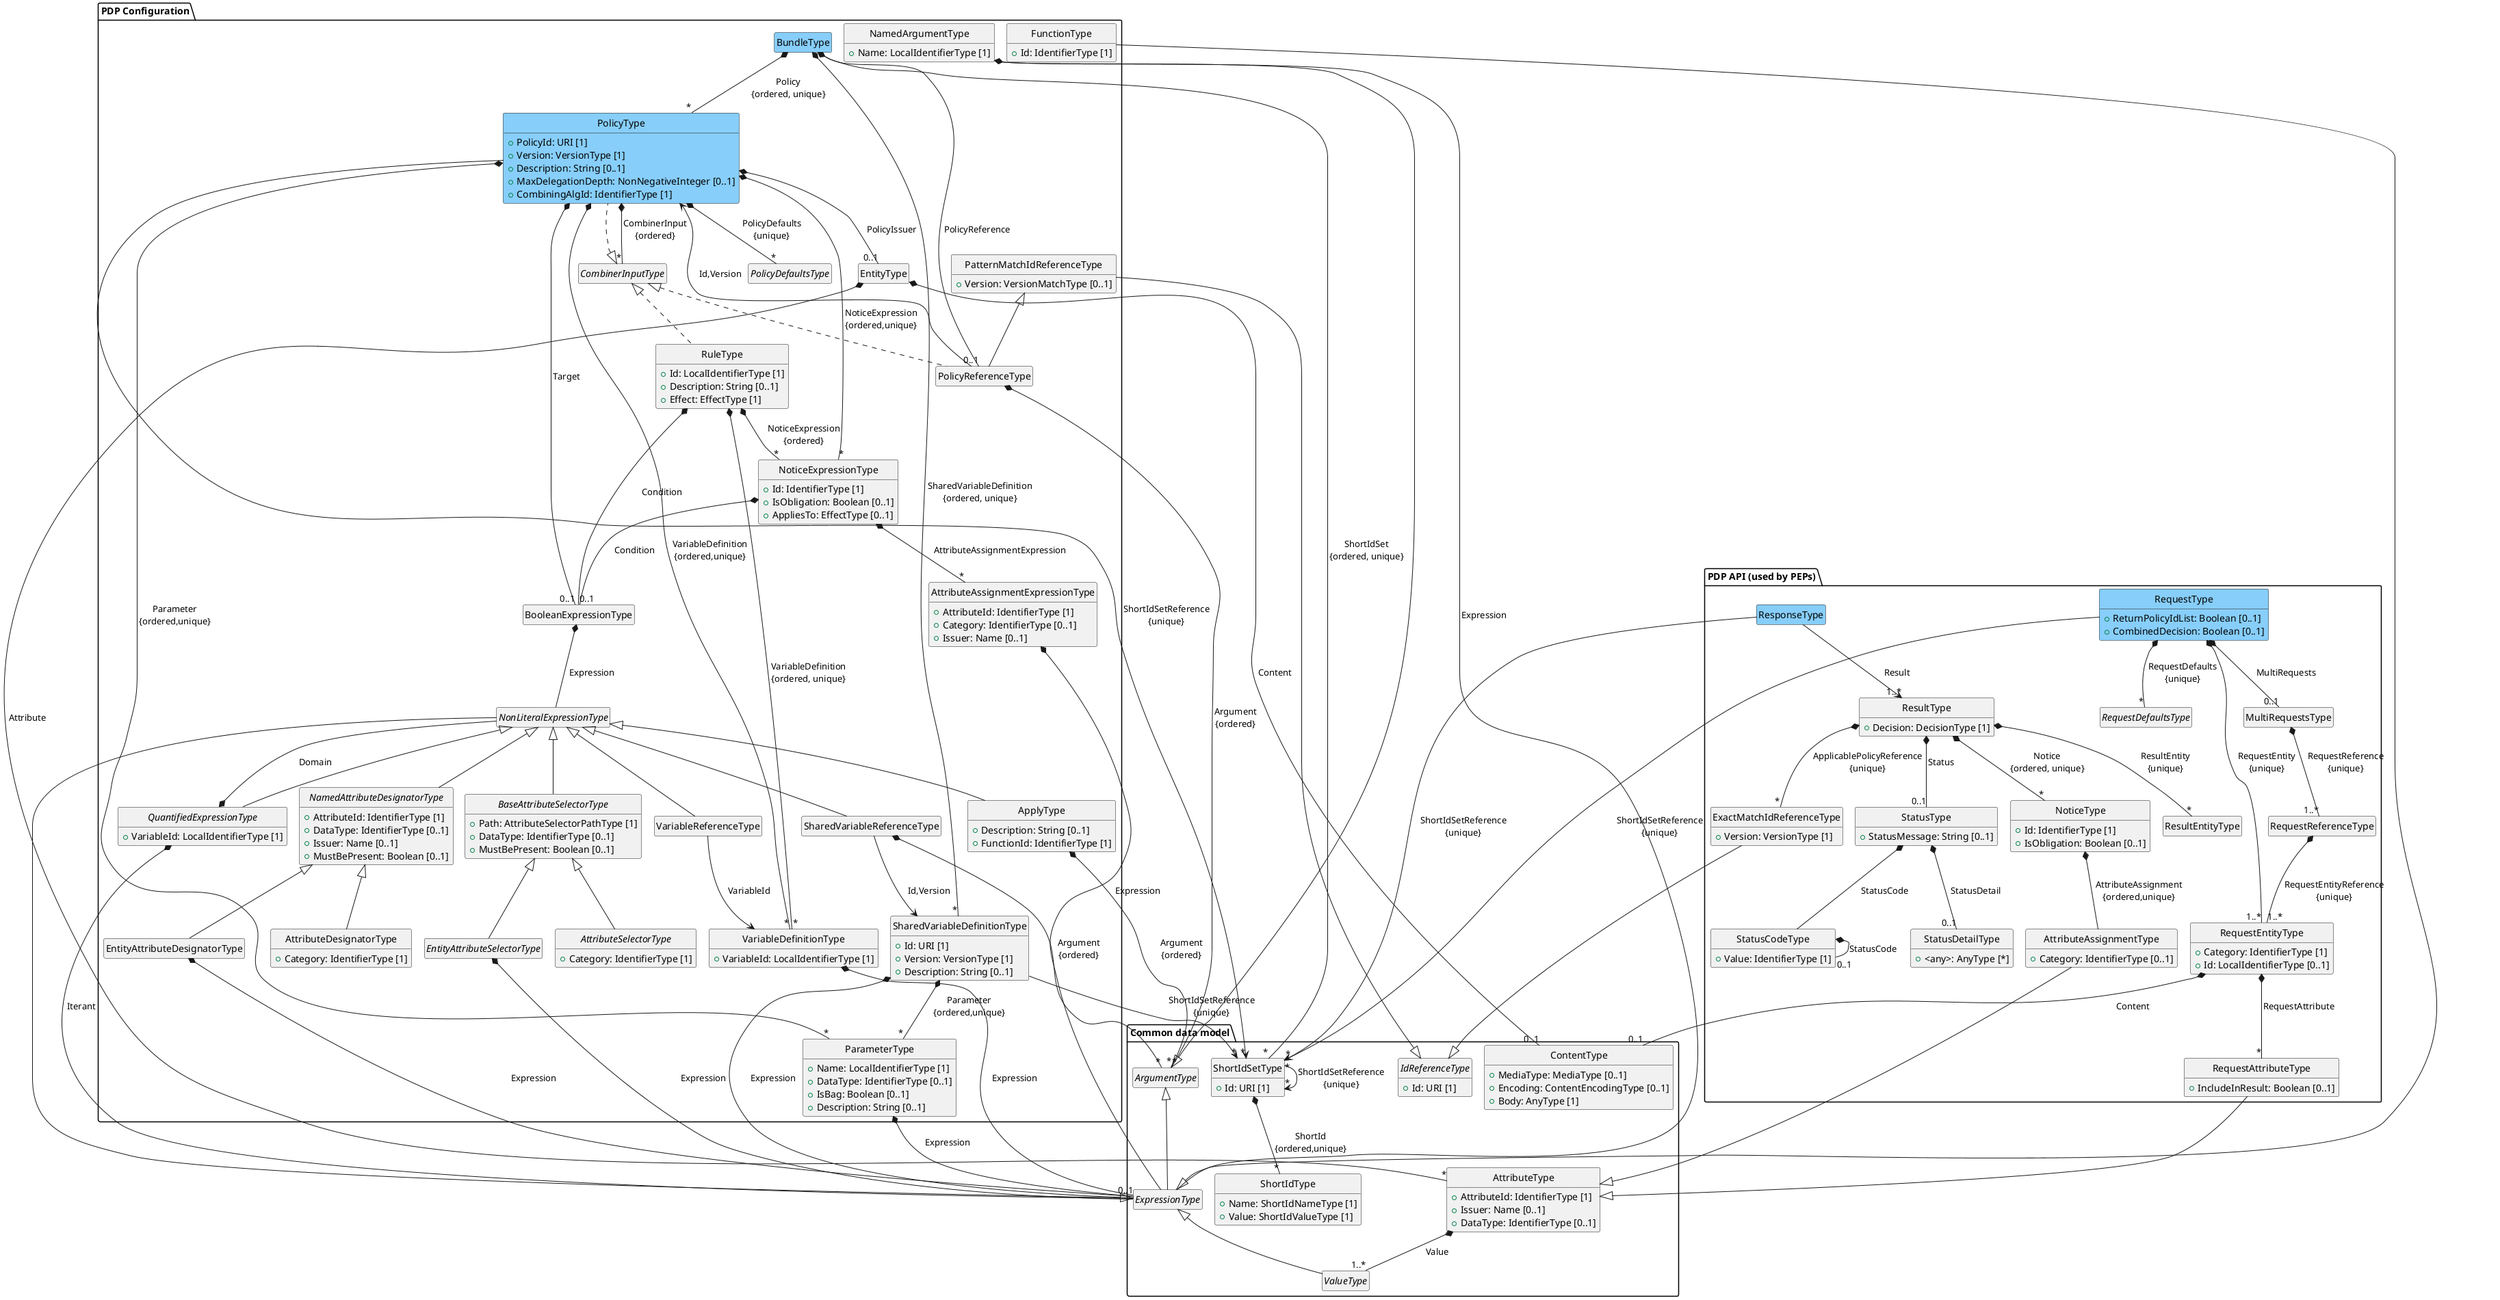
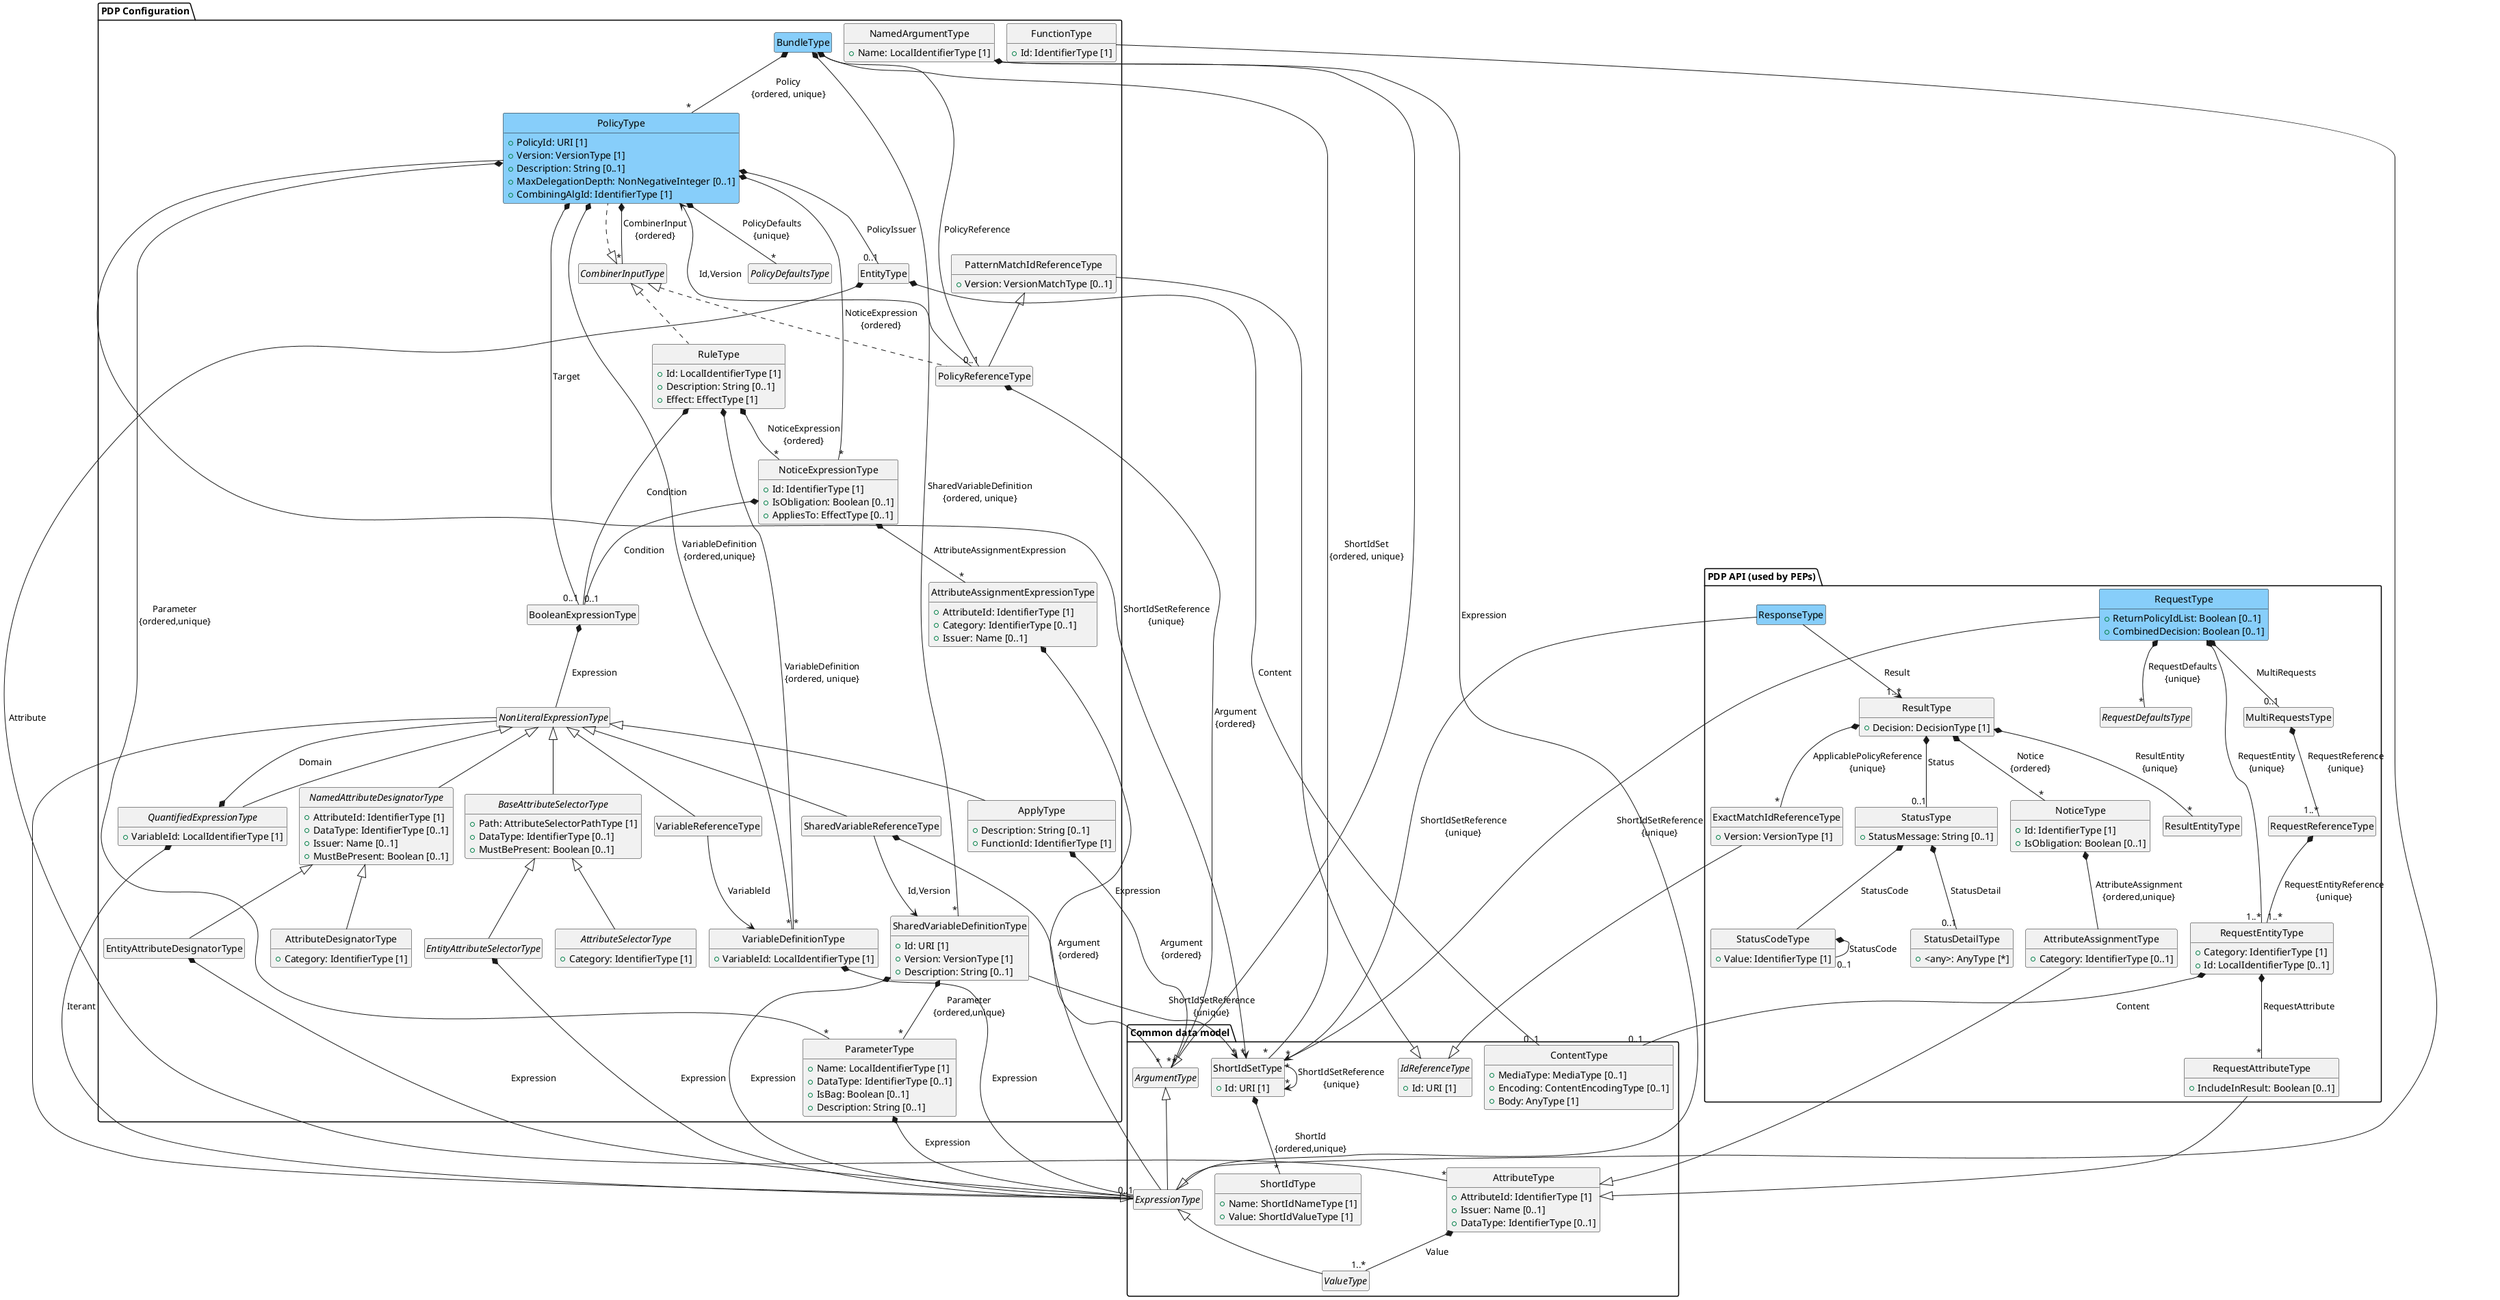
@startuml
hide empty members
hide circle
!pragma layout smetana
skinparam linetype ortho

'Constraints and defaults removed from class members and stereotypes remove from classes for conciseness

package "Common data model" {

    'Used in PDP Configuration and PDP API
    abstract class ArgumentType
    abstract class ExpressionType extends ArgumentType
    abstract class ValueType extends ExpressionType

    'Used in PDP Configuration and PDP API
    class AttributeType {
       + AttributeId: IdentifierType [1]
       + Issuer: Name [0..1]
       + DataType: IdentifierType [0..1]
    }
    AttributeType *-- "1..*" ValueType: Value

    abstract class IdReferenceType {
       + Id: URI [1]
    }

    class ShortIdType {
       + Name: ShortIdNameType [1]
       + Value: ShortIdValueType [1]
    }

    class ShortIdSetType {
        {field} + Id: URI [1]
    }

    ShortIdSetType *-- "*" ShortIdType: ShortId\n{ordered,unique}
    ShortIdSetType --> "*" ShortIdSetType: ShortIdSetReference\n{unique}

    class ContentType {
       + MediaType: MediaType [0..1]
       + Encoding: ContentEncodingType [0..1]
       + Body: AnyType [1]
    }
}

package "PDP Configuration" {

    EntityType *-- "0..1" ContentType: Content
    EntityType *-- "*" AttributeType: Attribute

    'WARNING CombinerInputType changed to interface to avoid multiple inheritance from PolicyReference
    interface CombinerInputType

    abstract class PolicyDefaultsType

    class NamedArgumentType {
      {field} + Name: LocalIdentifierType [1]
    }
    NamedArgumentType --|> ArgumentType
    NamedArgumentType *-- ExpressionType: Expression

    class ParameterType {
       + Name: LocalIdentifierType [1]
       + DataType: IdentifierType [0..1]
       + IsBag: Boolean [0..1]
       + Description: String [0..1]
    }
    ParameterType *-- "0..1" ExpressionType: Expression

    class VariableDefinitionType {
       + VariableId: LocalIdentifierType [1]
    }
    VariableDefinitionType *-- ExpressionType: Expression

    abstract class NonLiteralExpressionType
    NonLiteralExpressionType --|> ExpressionType

    BooleanExpressionType *-- NonLiteralExpressionType: Expression

    class AttributeAssignmentExpressionType {
       + AttributeId: IdentifierType [1]
       + Category: IdentifierType [0..1]
       + Issuer: Name [0..1]
    }
    AttributeAssignmentExpressionType *-- ExpressionType: Expression

    class NoticeExpressionType {
      {field} + Id: IdentifierType [1]
      {field} + IsObligation: Boolean [0..1]
      {field} + AppliesTo: EffectType [0..1]
    }
    NoticeExpressionType *-- BooleanExpressionType: Condition
    NoticeExpressionType *-- "*" AttributeAssignmentExpressionType: AttributeAssignmentExpression

    class PolicyType #LightSkyBlue implements CombinerInputType {
      {field} + PolicyId: URI [1]
      {field} + Version: VersionType [1]
      {field} + Description: String [0..1]
      {field} + MaxDelegationDepth: NonNegativeInteger [0..1]
      {field} + CombiningAlgId: IdentifierType [1]
    }
    PolicyType --> "*" ShortIdSetType: ShortIdSetReference\n{unique}
    PolicyType *-- "0..1" EntityType: PolicyIssuer
    PolicyType *-- "*" PolicyDefaultsType: PolicyDefaults\n{unique}
    PolicyType *-- "*" ParameterType: Parameter\n{ordered,unique}
    PolicyType *-- "*" VariableDefinitionType: VariableDefinition\n{ordered,unique}
    PolicyType *-- "0..1" BooleanExpressionType: Target
    PolicyType *-- "*" CombinerInputType: CombinerInput\n{ordered}
-     PolicyType *-- "*" NoticeExpressionType: NoticeExpression\n{ordered,unique}
+     PolicyType *-- "*" NoticeExpressionType: NoticeExpression\n{ordered}

    'WARNING: CHANGE!!!!
    class RuleType implements CombinerInputType {
        {field} + Id: LocalIdentifierType [1]
        {field} + Description: String [0..1]
        {field} + Effect: EffectType [1]
    }
    RuleType *-- "*" VariableDefinitionType: VariableDefinition\n{ordered, unique}
    RuleType *-- "0..1" BooleanExpressionType: Condition
    RuleType *-- "*" NoticeExpressionType: NoticeExpression\n{ordered}

    class PatternMatchIdReferenceType {
       + Version: VersionMatchType [0..1]
    }
    PatternMatchIdReferenceType --|> IdReferenceType


    'WARNING: class PolicyReferenceType extends CombinerInputType AND PatternMatchIdReference!!!!!
    class PolicyReferenceType extends PatternMatchIdReferenceType implements CombinerInputType
    PolicyReferenceType --> PolicyType: Id,Version
    PolicyReferenceType *-- "*" ArgumentType: Argument\n{ordered}

    class SharedVariableDefinitionType {
        {field} + Id: URI [1]
        {field} + Version: VersionType [1]
        {field} + Description: String [0..1]
    }
    SharedVariableDefinitionType --> "*" ShortIdSetType: ShortIdSetReference\n{unique}
    SharedVariableDefinitionType *-- "*" ParameterType: Parameter\n{ordered,unique}
    SharedVariableDefinitionType *-- ExpressionType: Expression

    class FunctionType  {
       + Id: IdentifierType [1]
    }
    FunctionType --|> ExpressionType

    class ApplyType extends NonLiteralExpressionType {
       + Description: String [0..1]
       + FunctionId: IdentifierType [1]
    }
    ApplyType *-- "*" ArgumentType: Argument\n{ordered}

    abstract class NamedAttributeDesignatorType extends NonLiteralExpressionType {
       + AttributeId: IdentifierType [1]
       + DataType: IdentifierType [0..1]
       + Issuer: Name [0..1]
       + MustBePresent: Boolean [0..1]
    }

    class AttributeDesignatorType extends NamedAttributeDesignatorType {
       + Category: IdentifierType [1]
    }

    class EntityAttributeDesignatorType extends NamedAttributeDesignatorType
    EntityAttributeDesignatorType *-- ExpressionType: Expression

    abstract class BaseAttributeSelectorType extends NonLiteralExpressionType {
       + Path: AttributeSelectorPathType [1]
       + DataType: IdentifierType [0..1]
       + MustBePresent: Boolean [0..1]
    }

    abstract class AttributeSelectorType extends BaseAttributeSelectorType {
       + Category: IdentifierType [1]
    }

    abstract class EntityAttributeSelectorType extends BaseAttributeSelectorType
    EntityAttributeSelectorType *-- ExpressionType: Expression

    class VariableReferenceType extends NonLiteralExpressionType {
       '+ VariableId: LocalIdentifierType [1]
    }
    VariableReferenceType --> VariableDefinitionType: VariableId

    class SharedVariableReferenceType extends NonLiteralExpressionType {
       ' TODO: rename Id to VariableId like in VariableReference
       '+ Id: URI [1]
       '+ Version: VersionMatchType [0..1]
    }
    SharedVariableReferenceType --> SharedVariableDefinitionType: Id,Version
    SharedVariableReferenceType *-- "*" ArgumentType: Argument\n{ordered}

    abstract class QuantifiedExpressionType extends NonLiteralExpressionType {
       + VariableId: LocalIdentifierType [1]
    }
    QuantifiedExpressionType *-- NonLiteralExpressionType: Domain
    QuantifiedExpressionType *-- ExpressionType: Iterant

    'class ForAnyType extends QuantifiedExpressionType
    'class ForAllType extends QuantifiedExpressionType
    'class MapType extends QuantifiedExpressionType
    'class SelectType extends QuantifiedExpressionType

    class BundleType #LightSkyBlue
    BundleType *-- "*" ShortIdSetType: ShortIdSet\n{ordered, unique}
    BundleType *-- "*" SharedVariableDefinitionType: SharedVariableDefinition\n{ordered, unique}
    BundleType *-- "*" PolicyType: Policy\n{ordered, unique}
    BundleType *-- "0..1" PolicyReferenceType: PolicyReference
}


package "PDP API (used by PEPs)" {

    abstract class RequestDefaultsType

    class RequestAttributeType {
       + IncludeInResult: Boolean [0..1]
    }
    RequestAttributeType --|> AttributeType

    class RequestEntityType {
      {field} + Category: IdentifierType [1]
      {field} + Id: LocalIdentifierType [0..1]
    }
    RequestEntityType *-- "0..1" ContentType: Content
    RequestEntityType *-- "*" RequestAttributeType: RequestAttribute

    ' This is a simplification of RequestReferenceType -> RequestEntityReferenceType ->
    ' RequestReferenceType *-- "1..*" RequestEntityReferenceType\n{unique}
    ' class RequestEntityReferenceType {
    '   + Id: LocalIdentifierType [1]
    '}
    RequestReferenceType *-- "1..*" RequestEntityType: RequestEntityReference\n{unique}

    MultiRequestsType *-- "1..*" RequestReferenceType: RequestReference\n{unique}

    class RequestType #LightSkyBlue {
      {field} + ReturnPolicyIdList: Boolean [0..1]
      {field} + CombinedDecision: Boolean [0..1]
    }
    RequestType --> "*" ShortIdSetType: ShortIdSetReference\n{unique}
    RequestType *-- "*" RequestDefaultsType: RequestDefaults\n{unique}
    RequestType *-- "1..*" RequestEntityType: RequestEntity\n{unique}
    RequestType *-- "0..1" MultiRequestsType: MultiRequests

    class StatusCodeType {
       + Value: IdentifierType [1]
    }
    StatusCodeType *-- "0..1" StatusCodeType: StatusCode

    class StatusDetailType {
       + <any>: AnyType [*]
    }
    ' StatusDetailType may contain MissingAttributeDetailType
    'class MissingAttributeDetailType <<dataType>> {
    '   + Category: IdentifierType [0..1]
    '   + AttributeId: IdentifierType [1]
    '   + Issuer: Name [0..1]
    '   + DataType: IdentifierType [1]
    '   + Value: ValueType [*] {unordered, nonunique}
    '}
    class StatusType {
       + StatusMessage: String [0..1]
    }
    StatusType *-- StatusCodeType: StatusCode
    StatusType *-- "0..1" StatusDetailType: StatusDetail

    class AttributeAssignmentType {
       + Category: IdentifierType [0..1]
    }
    AttributeAssignmentType --|> AttributeType

    class NoticeType {
       {field} + Id: IdentifierType [1]
       {field} + IsObligation: Boolean [0..1]
    }
    NoticeType *-- AttributeAssignmentType: AttributeAssignment\n{ordered,unique}

    class ExactMatchIdReferenceType {
       + Version: VersionType [1]
    }
    ExactMatchIdReferenceType --|> IdReferenceType

    class ResultType {
      {field} + Decision: DecisionType [1]
    }
    ResultType *-- "0..1" StatusType: Status
    ResultType *-- "*" ResultEntityType: ResultEntity\n{unique}
-     ResultType *-- "*" NoticeType: Notice\n{ordered, unique}
+     ResultType *-- "*" NoticeType: Notice\n{ordered}
    ResultType *-- "*" ExactMatchIdReferenceType: ApplicablePolicyReference\n{unique}

    class ResponseType #LightSkyBlue
    ResponseType --> "*" ShortIdSetType: ShortIdSetReference\n{unique}
    ResponseType --> "1..*" ResultType: Result
}

    ' TODO: try add full ValueType hierarchy
@enduml
